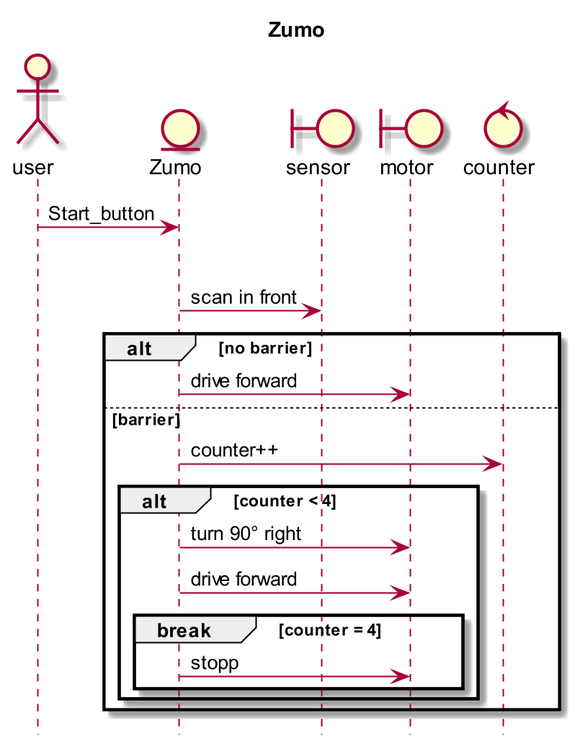
Earlier version of the PlantUML export Zumo.png (orje/Zumo_QM_QPnano).
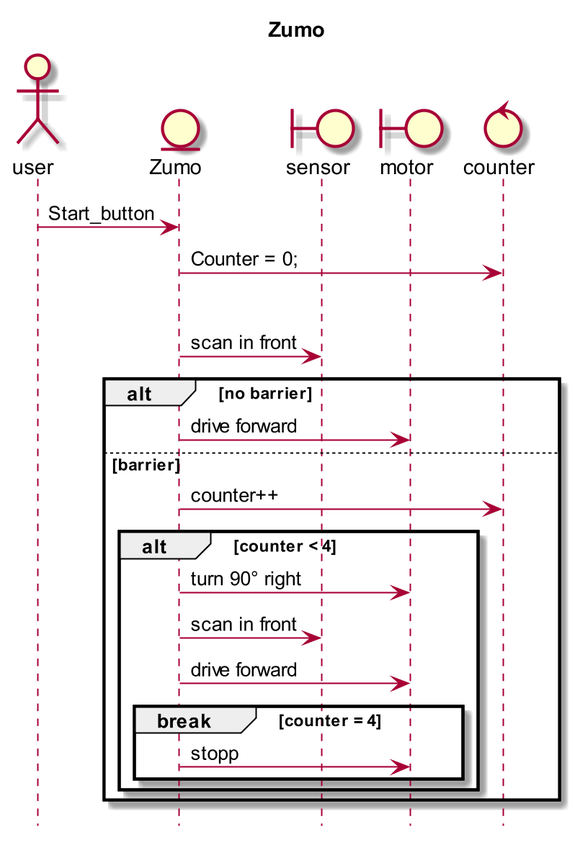
Later version of the same file.

Change to the diagram source:
```diff
@@ -12,6 +12,7 @@
 control counter
 
 user -> Zumo: Start_button
+Zumo -> counter: Counter = 0;
 loop
     Zumo -> sensor: scan in front
         alt no barrier
@@ -20,6 +21,7 @@
             Zumo -> counter: counter++
                 alt counter < 4
                     Zumo -> motor: turn 90° right
+                    Zumo -> sensor: scan in front
                     Zumo -> motor: drive forward
                 break counter = 4
                     Zumo -> motor: stopp
```
